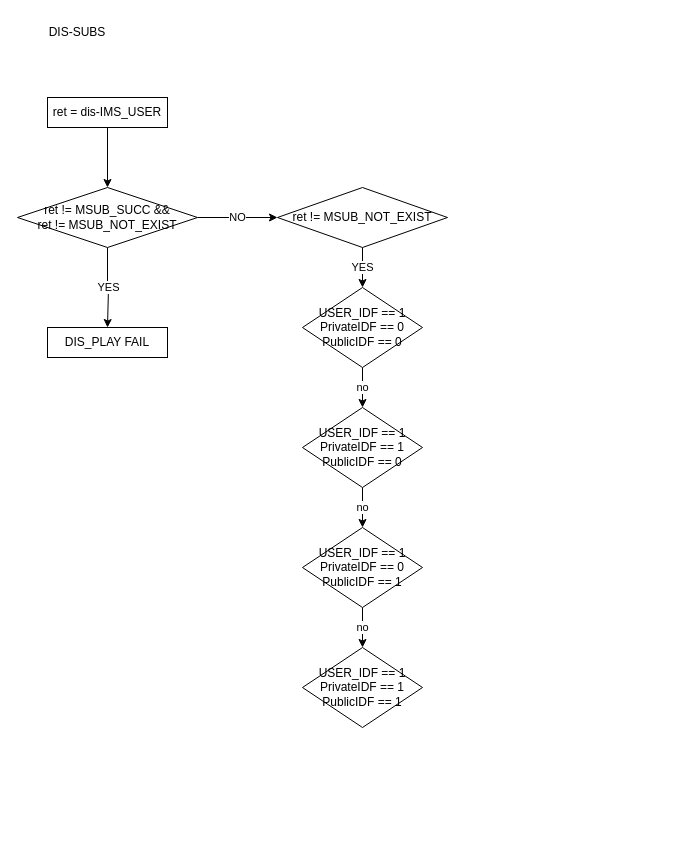
This is DIS_SUBS.drawio from JaeHyeon774/NEWTIL, a draw.io file, before an edit. Source tidied: cells renumbered, new cells numbered last; positions are measured from the earlier drawing's top-left corner, leaving out a move shared by most shapes. Both pictures are drawn from the tidied source at 100%, with x=0, y=0 at pixel (17, 17).
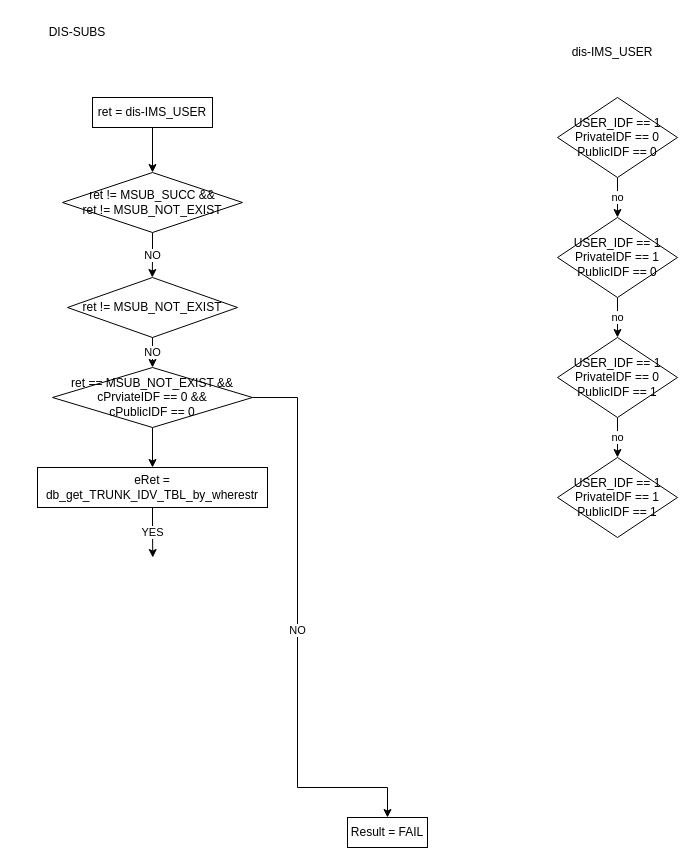
The same page after the edit.

Diff of the diagram source:
```diff
@@
     <mxCell id="3" value="USER_IDF == 1&lt;div&gt;PrivateIDF == 0&lt;/div&gt;&lt;div&gt;PublicIDF == 0&lt;/div&gt;" style="rhombus;whiteSpace=wrap;html=1;" parent="1" vertex="1">
-      <mxGeometry x="285" y="270" width="120" height="80" as="geometry" />
+      <mxGeometry x="540" y="80" width="120" height="80" as="geometry" />
     </mxCell>
@@
     <mxCell id="5" value="USER_IDF == 1&lt;div&gt;PrivateIDF == 1&lt;/div&gt;&lt;div&gt;PublicIDF == 0&lt;/div&gt;" style="rhombus;whiteSpace=wrap;html=1;" parent="1" vertex="1">
-      <mxGeometry x="285" y="390" width="120" height="80" as="geometry" />
+      <mxGeometry x="540" y="200" width="120" height="80" as="geometry" />
     </mxCell>
@@
     <mxCell id="7" value="USER_IDF == 1&lt;div&gt;PrivateIDF == 0&lt;/div&gt;&lt;div&gt;PublicIDF == 1&lt;/div&gt;" style="rhombus;whiteSpace=wrap;html=1;" parent="1" vertex="1">
-      <mxGeometry x="285" y="510" width="120" height="80" as="geometry" />
+      <mxGeometry x="540" y="320" width="120" height="80" as="geometry" />
     </mxCell>
     <mxCell id="8" value="USER_IDF == 1&lt;div&gt;PrivateIDF == 1&lt;/div&gt;&lt;div&gt;PublicIDF == 1&lt;/div&gt;" style="rhombus;whiteSpace=wrap;html=1;" parent="1" vertex="1">
-      <mxGeometry x="285" y="630" width="120" height="80" as="geometry" />
+      <mxGeometry x="540" y="440" width="120" height="80" as="geometry" />
     </mxCell>
@@
     <mxCell id="11" value="ret = dis-IMS_USER" style="rounded=0;whiteSpace=wrap;html=1;" parent="1" vertex="1">
-      <mxGeometry x="30" y="80" width="120" height="30" as="geometry" />
+      <mxGeometry x="75" y="80" width="120" height="30" as="geometry" />
     </mxCell>
+    <mxCell id="18" value="NO" style="edgeStyle=orthogonalEdgeStyle;rounded=0;jettySize=auto;html=1;exitX=0.5;exitY=1;exitDx=0;exitDy=0;" parent="1" edge="1" source="14">
+      <mxGeometry relative="1" as="geometry">
+        <mxPoint x="134.8" y="260" as="targetPoint" />
+      </mxGeometry>
+    </mxCell>
+    <mxCell id="14" value="ret != MSUB_SUCC &amp;amp;&amp;amp;&lt;div&gt;ret != MSUB_NOT_EXIST&lt;/div&gt;" style="rhombus;whiteSpace=wrap;html=1;" parent="1" vertex="1">
+      <mxGeometry x="45" y="155" width="180" height="60" as="geometry" />
+    </mxCell>
+    <mxCell id="19" value="NO" style="edgeStyle=orthogonalEdgeStyle;rounded=0;jettySize=auto;html=1;exitX=0.5;exitY=1;exitDx=0;exitDy=0;entryX=0.5;entryY=0;entryDx=0;entryDy=0;" parent="1" edge="1" source="17" target="22">
+      <mxGeometry relative="1" as="geometry" />
+    </mxCell>
+    <mxCell id="17" value="ret != MSUB_NOT_EXIST" style="rhombus;whiteSpace=wrap;html=1;" parent="1" vertex="1">
+      <mxGeometry x="50" y="260" width="170" height="60" as="geometry" />
+    </mxCell>
+    <mxCell id="20" style="edgeStyle=orthogonalEdgeStyle;rounded=0;jettySize=auto;html=1;exitX=0.5;exitY=1;exitDx=0;exitDy=0;entryX=0.5;entryY=0;entryDx=0;entryDy=0;" parent="1" edge="1" source="22" target="24">
+      <mxGeometry relative="1" as="geometry" />
+    </mxCell>
+    <mxCell id="21" value="NO" style="edgeStyle=orthogonalEdgeStyle;rounded=0;jettySize=auto;html=1;exitX=1;exitY=0.5;exitDx=0;exitDy=0;entryX=0.5;entryY=0;entryDx=0;entryDy=0;" parent="1" edge="1" source="22" target="23">
+      <mxGeometry relative="1" as="geometry">
+        <Array as="points">
+          <mxPoint x="280" y="380" />
+          <mxPoint x="280" y="770" />
+          <mxPoint x="370" y="770" />
+        </Array>
+      </mxGeometry>
+    </mxCell>
+    <mxCell id="22" value="ret == MSUB_NOT_EXIST &amp;amp;&amp;amp;&lt;div&gt;cPrviateIDF == 0 &amp;amp;&amp;amp;&lt;/div&gt;&lt;div&gt;cPublicIDF == 0&lt;/div&gt;" style="rhombus;whiteSpace=wrap;html=1;" parent="1" vertex="1">
+      <mxGeometry x="35" y="350" width="200" height="60" as="geometry" />
+    </mxCell>
+    <mxCell id="23" value="Result = FAIL" style="rounded=0;whiteSpace=wrap;html=1;" parent="1" vertex="1">
+      <mxGeometry x="330" y="800" width="80" height="30" as="geometry" />
+    </mxCell>
-    <mxCell id="12" value="YES" style="edgeStyle=orthogonalEdgeStyle;rounded=0;jettySize=auto;html=1;exitX=0.5;exitY=1;exitDx=0;exitDy=0;" parent="1" edge="1" source="14">
+    <mxCell id="12" value="YES" style="edgeStyle=orthogonalEdgeStyle;rounded=0;jettySize=auto;html=1;exitX=0.5;exitY=1;exitDx=0;exitDy=0;" parent="1" edge="1" source="24">
       <mxGeometry relative="1" as="geometry">
-        <mxPoint x="90" y="310" as="targetPoint" />
-        <Array as="points">
-          <mxPoint x="90" y="270" />
-          <mxPoint x="91" y="270" />
-        </Array>
+        <mxPoint x="135.3" y="540" as="targetPoint" />
       </mxGeometry>
     </mxCell>
-    <mxCell id="13" value="NO" style="edgeStyle=orthogonalEdgeStyle;rounded=0;jettySize=auto;html=1;exitX=1;exitY=0.5;exitDx=0;exitDy=0;entryX=0;entryY=0.5;entryDx=0;entryDy=0;" parent="1" edge="1" source="14" target="17">
-      <mxGeometry relative="1" as="geometry" />
-    </mxCell>
-    <mxCell id="14" value="ret != MSUB_SUCC &amp;amp;&amp;amp;&lt;div&gt;ret != MSUB_NOT_EXIST&lt;/div&gt;" style="rhombus;whiteSpace=wrap;html=1;" parent="1" vertex="1">
-      <mxGeometry y="170" width="180" height="60" as="geometry" />
-    </mxCell>
-    <mxCell id="15" value="DIS_PLAY FAIL" style="rounded=0;whiteSpace=wrap;html=1;" parent="1" vertex="1">
-      <mxGeometry x="30" y="310" width="120" height="30" as="geometry" />
-    </mxCell>
-    <mxCell id="16" value="YES" style="edgeStyle=orthogonalEdgeStyle;rounded=0;jettySize=auto;html=1;exitX=0.5;exitY=1;exitDx=0;exitDy=0;entryX=0.5;entryY=0;entryDx=0;entryDy=0;" parent="1" edge="1" source="17" target="3">
-      <mxGeometry relative="1" as="geometry" />
-    </mxCell>
-    <mxCell id="17" value="ret != MSUB_NOT_EXIST" style="rhombus;whiteSpace=wrap;html=1;" parent="1" vertex="1">
-      <mxGeometry x="260" y="170" width="170" height="60" as="geometry" />
-    </mxCell>
+    <mxCell id="24" value="eRet = db_get_TRUNK_IDV_TBL_by_wherestr" style="rounded=0;whiteSpace=wrap;html=1;" parent="1" vertex="1">
+      <mxGeometry x="20" y="450" width="230" height="40" as="geometry" />
+    </mxCell>
+    <mxCell id="25" value="dis-IMS_USER" style="text;html=1;align=center;verticalAlign=middle;whiteSpace=wrap;rounded=0;" parent="1" vertex="1">
+      <mxGeometry x="540" y="20" width="110" height="30" as="geometry" />
+    </mxCell>
```
